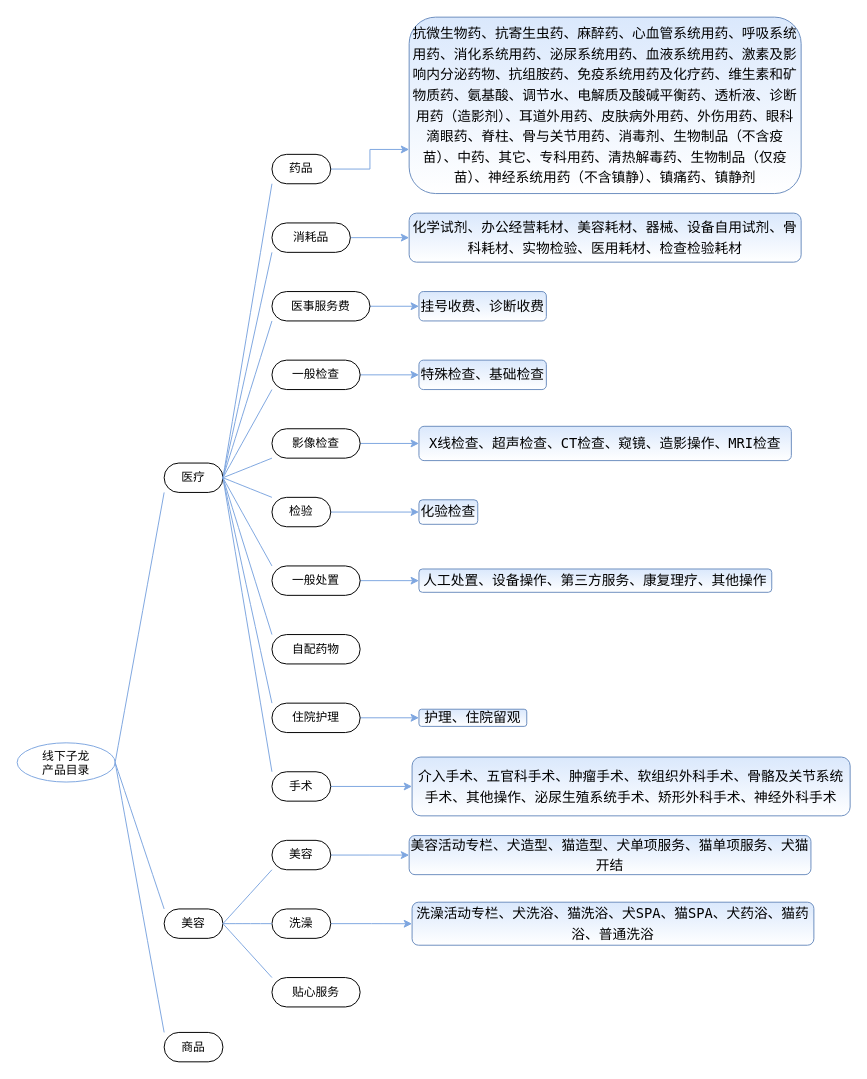
This is page "产品目录分类" (1 of 3) of pet_data_warehouse/经营参谋.drawio from fangzheng0518/draw, a draw.io file, before an edit. Source tidied: cells renumbered, new cells numbered last; positions are measured from the earlier drawing's top-left corner, leaving out a move shared by most shapes. Both pictures are drawn from the tidied source at 98%, with x=0, y=0 at pixel (17, 17).
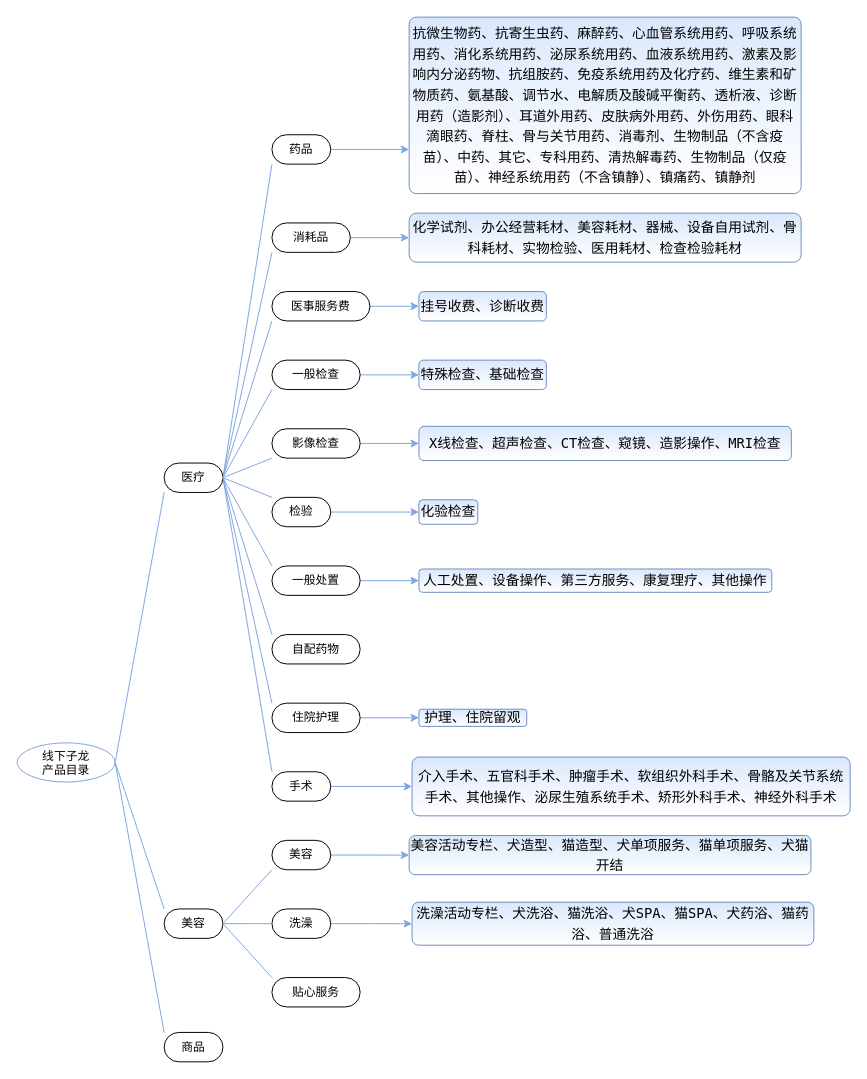
The same page after the edit.

Commit message:
更新经营参谋.drawio

Change to the diagram source:
```diff
@@
     <mxCell id="11" value="药品" style="whiteSpace=wrap;html=1;rounded=1;arcSize=50;align=center;verticalAlign=middle;strokeWidth=1;spacing=4;newEdgeStyle={&quot;edgeStyle&quot;:&quot;entityRelationEdgeStyle&quot;,&quot;startArrow&quot;:&quot;none&quot;,&quot;endArrow&quot;:&quot;none&quot;,&quot;segment&quot;:10,&quot;curved&quot;:1};shadow=0;" parent="1" vertex="1">
-      <mxGeometry x="260" y="140" width="60" height="30" as="geometry" />
+      <mxGeometry x="260" y="120" width="60" height="30" as="geometry" />
     </mxCell>
@@
-    <mxCell id="47" value="&lt;div style=&quot;font-family: menlo, monaco, &amp;quot;courier new&amp;quot;, monospace; font-size: 10px; line-height: 21px;&quot;&gt;&lt;div style=&quot;font-size: 10px&quot;&gt;&lt;div style=&quot;font-family: &amp;quot;menlo&amp;quot; , &amp;quot;monaco&amp;quot; , &amp;quot;courier new&amp;quot; , monospace ; font-size: 14px ; line-height: 21px&quot;&gt;抗微生物药、抗寄生虫药、麻醉药、心血管系统用药、呼吸系统用药、消化系统用药、泌尿系统用药、血液系统用药、激素及影响内分泌药物、抗组胺药、免疫系统用药及化疗药、维生素和矿物质药、氨基酸、调节水、电解质及酸碱平衡药、透析液、诊断用药（造影剂）、耳道外用药、皮肤病外用药、外伤用药、眼科滴眼药、脊柱、骨与关节用药、消毒剂、生物制品（不含疫苗）、中药、其它、专科用药、清热解毒药、生物制品（仅疫苗）、神经系统用药（不含镇静）、镇痛药、镇静剂&lt;/div&gt;&lt;/div&gt;&lt;/div&gt;" style="text;html=1;align=center;verticalAlign=middle;whiteSpace=wrap;rounded=1;fontSize=10;labelBackgroundColor=none;labelBorderColor=none;strokeWidth=1;fillColor=#dae8fc;strokeColor=#6c8ebf;gradientColor=#ffffff;shadow=0;" parent="1" vertex="1">
+    <mxCell id="47" value="&lt;div style=&quot;font-family: menlo, monaco, &amp;quot;courier new&amp;quot;, monospace; font-size: 10px; line-height: 21px;&quot;&gt;&lt;div style=&quot;font-size: 10px&quot;&gt;&lt;div style=&quot;font-family: &amp;quot;menlo&amp;quot; , &amp;quot;monaco&amp;quot; , &amp;quot;courier new&amp;quot; , monospace ; font-size: 14px ; line-height: 21px&quot;&gt;抗微生物药、抗寄生虫药、麻醉药、心血管系统用药、呼吸系统用药、消化系统用药、泌尿系统用药、血液系统用药、激素及影响内分泌药物、抗组胺药、免疫系统用药及化疗药、维生素和矿物质药、氨基酸、调节水、电解质及酸碱平衡药、透析液、诊断用药（造影剂）、耳道外用药、皮肤病外用药、外伤用药、眼科滴眼药、脊柱、骨与关节用药、消毒剂、生物制品（不含疫苗）、中药、其它、专科用药、清热解毒药、生物制品（仅疫苗）、神经系统用药（不含镇静）、镇痛药、镇静剂&lt;/div&gt;&lt;/div&gt;&lt;/div&gt;" style="text;html=1;align=center;verticalAlign=middle;whiteSpace=wrap;rounded=1;fontSize=10;labelBackgroundColor=none;labelBorderColor=none;strokeWidth=1;fillColor=#dae8fc;strokeColor=#6c8ebf;gradientColor=#ffffff;shadow=0;arcSize=4;" parent="1" vertex="1">
       <mxGeometry x="400" width="400" height="180" as="geometry" />
     </mxCell>
@@
-    <mxCell id="55" value="&lt;div style=&quot;font-family: menlo, monaco, &amp;quot;courier new&amp;quot;, monospace; font-size: 10px; line-height: 21px;&quot;&gt;&lt;div style=&quot;font-size: 10px&quot;&gt;&lt;div style=&quot;font-family: &amp;quot;menlo&amp;quot; , &amp;quot;monaco&amp;quot; , &amp;quot;courier new&amp;quot; , monospace ; font-size: 14px ; line-height: 21px&quot;&gt;&lt;div style=&quot;font-family: &amp;quot;menlo&amp;quot; , &amp;quot;monaco&amp;quot; , &amp;quot;courier new&amp;quot; , monospace ; line-height: 21px&quot;&gt;&lt;div style=&quot;line-height: 21px&quot;&gt;&lt;div style=&quot;line-height: 21px&quot;&gt;&lt;div style=&quot;line-height: 21px&quot;&gt;&lt;div style=&quot;font-family: &amp;quot;menlo&amp;quot; , &amp;quot;monaco&amp;quot; , &amp;quot;courier new&amp;quot; , monospace ; line-height: 21px&quot;&gt;介入手术、五官科手术、肿瘤手术、软组织外科手术、骨骼及关节系统手术、其他操作、泌尿生殖系统手术、矫形外科手术、神经外科手术&lt;/div&gt;&lt;/div&gt;&lt;/div&gt;&lt;/div&gt;&lt;/div&gt;&lt;/div&gt;&lt;/div&gt;&lt;/div&gt;" style="text;html=1;align=center;verticalAlign=middle;whiteSpace=wrap;rounded=1;fontSize=10;labelBackgroundColor=none;labelBorderColor=none;strokeWidth=1;fillColor=#dae8fc;strokeColor=#6c8ebf;gradientColor=#ffffff;shadow=0;" parent="1" vertex="1">
+    <mxCell id="55" value="&lt;div style=&quot;font-family: menlo, monaco, &amp;quot;courier new&amp;quot;, monospace; font-size: 10px; line-height: 21px;&quot;&gt;&lt;div style=&quot;font-size: 10px&quot;&gt;&lt;div style=&quot;font-family: &amp;quot;menlo&amp;quot; , &amp;quot;monaco&amp;quot; , &amp;quot;courier new&amp;quot; , monospace ; font-size: 14px ; line-height: 21px&quot;&gt;&lt;div style=&quot;font-family: &amp;quot;menlo&amp;quot; , &amp;quot;monaco&amp;quot; , &amp;quot;courier new&amp;quot; , monospace ; line-height: 21px&quot;&gt;&lt;div style=&quot;line-height: 21px&quot;&gt;&lt;div style=&quot;line-height: 21px&quot;&gt;&lt;div style=&quot;line-height: 21px&quot;&gt;&lt;div style=&quot;font-family: &amp;quot;menlo&amp;quot; , &amp;quot;monaco&amp;quot; , &amp;quot;courier new&amp;quot; , monospace ; line-height: 21px&quot;&gt;介入手术、五官科手术、肿瘤手术、软组织外科手术、骨骼及关节系统手术、其他操作、泌尿生殖系统手术、矫形外科手术、神经外科手术&lt;/div&gt;&lt;/div&gt;&lt;/div&gt;&lt;/div&gt;&lt;/div&gt;&lt;/div&gt;&lt;/div&gt;&lt;/div&gt;" style="text;html=1;align=center;verticalAlign=middle;whiteSpace=wrap;rounded=1;fontSize=10;labelBackgroundColor=none;labelBorderColor=none;strokeWidth=1;fillColor=#dae8fc;strokeColor=#6c8ebf;gradientColor=#ffffff;shadow=0;arcSize=12;" parent="1" vertex="1">
       <mxGeometry x="403" y="755" width="447" height="60" as="geometry" />
     </mxCell>
```
